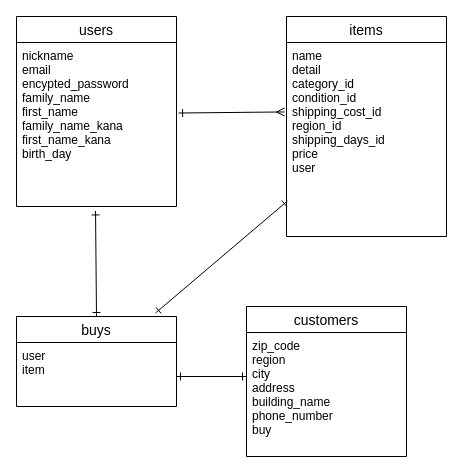
Before: app/views/test.dio in maron75/furima-37920, a draw.io diagram. Source tidied: cells renumbered, new cells numbered last; positions are measured from the earlier drawing's top-left corner, leaving out a move shared by most shapes. Both pictures are drawn from the tidied source at 100%, with x=0, y=0 at pixel (16, 16).
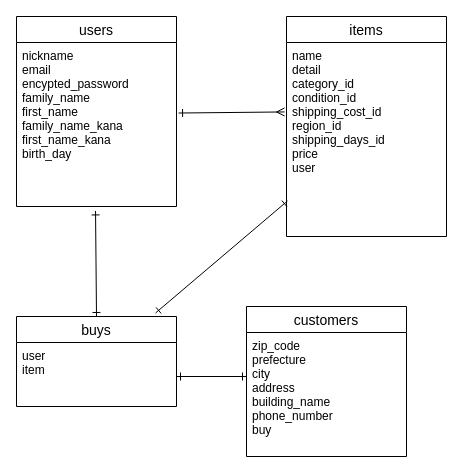
Above is the later version.

Change to the diagram source:
```diff
@@
 <mxGraphModel>
   <root>
     <mxCell id="0" />
     <mxCell id="1" parent="0" />
     <mxCell id="2" value="users" style="swimlane;fontStyle=0;horizontal=1;startSize=26;align=center;fontSize=14;" parent="1" vertex="1">
       <mxGeometry width="160" height="190" as="geometry" />
     </mxCell>
     <mxCell id="3" value="nickname&#10;email&#10;encypted_password&#10;family_name&#10;first_name&#10;family_name_kana&#10;first_name_kana&#10;birth_day&#10;" style="text;strokeColor=none;fillColor=none;spacingLeft=4;spacingRight=4;overflow=hidden;points=[[0,0.5],[1,0.5]];portConstraint=eastwest;fontSize=12;" parent="2" vertex="1">
       <mxGeometry y="26" width="160" height="164" as="geometry" />
     </mxCell>
     <mxCell id="4" value="items" style="swimlane;fontStyle=0;horizontal=1;startSize=26;align=center;fontSize=14;" parent="1" vertex="1">
       <mxGeometry x="270" width="160" height="220" as="geometry" />
     </mxCell>
     <mxCell id="5" value="name&#10;detail&#10;category_id&#10;condition_id&#10;shipping_cost_id&#10;region_id&#10;shipping_days_id&#10;price&#10;user&#10;" style="text;strokeColor=none;fillColor=none;spacingLeft=4;spacingRight=4;overflow=hidden;points=[[0,0.5],[1,0.5]];portConstraint=eastwest;fontSize=12;" parent="4" vertex="1">
       <mxGeometry y="26" width="160" height="194" as="geometry" />
     </mxCell>
     <mxCell id="6" value="buys" style="swimlane;fontStyle=0;horizontal=1;startSize=26;align=center;fontSize=14;" parent="1" vertex="1">
       <mxGeometry y="300" width="160" height="90" as="geometry" />
     </mxCell>
     <mxCell id="7" value="user&#10;item" style="text;strokeColor=none;fillColor=none;spacingLeft=4;spacingRight=4;overflow=hidden;fontSize=12;" parent="6" vertex="1">
       <mxGeometry y="26" width="160" height="64" as="geometry" />
     </mxCell>
     <mxCell id="8" style="endArrow=ERone;html=1;rounded=0;strokeColor=default;entryX=0.5;entryY=0;entryDx=0;entryDy=0;exitX=0.494;exitY=1.027;exitDx=0;exitDy=0;exitPerimeter=0;startArrow=ERone;startFill=0;endFill=0;" parent="1" edge="1" source="3" target="6">
       <mxGeometry relative="1" as="geometry" />
     </mxCell>
     <mxCell id="9" value="customers" style="swimlane;fontStyle=0;horizontal=1;startSize=26;align=center;fontSize=14;" parent="1" vertex="1">
       <mxGeometry x="230" y="290" width="160" height="150" as="geometry" />
     </mxCell>
-    <mxCell id="10" value="zip_code&#10;region&#10;city&#10;address&#10;building_name&#10;phone_number&#10;buy&#10;" style="text;strokeColor=none;fillColor=none;spacingLeft=4;spacingRight=4;overflow=hidden;fontSize=12;" parent="1" vertex="1">
+    <mxCell id="10" value="zip_code&#10;prefecture&#10;city&#10;address&#10;building_name&#10;phone_number&#10;buy&#10;" style="text;strokeColor=none;fillColor=none;spacingLeft=4;spacingRight=4;overflow=hidden;fontSize=12;" parent="1" vertex="1">
       <mxGeometry x="230" y="316" width="160" height="114" as="geometry" />
     </mxCell>
     <mxCell id="11" style="endArrow=ERone;html=1;rounded=0;endFill=0;startArrow=ERone;startFill=0;" parent="1" edge="1">
       <mxGeometry relative="1" as="geometry">
         <mxPoint x="160" y="360" as="sourcePoint" />
         <mxPoint x="230" y="360" as="targetPoint" />
       </mxGeometry>
     </mxCell>
     <mxCell id="12" style="endArrow=ERone;html=1;rounded=0;exitX=0.869;exitY=-0.039;exitDx=0;exitDy=0;exitPerimeter=0;entryX=0.006;entryY=0.817;entryDx=0;entryDy=0;entryPerimeter=0;endFill=0;startArrow=ERone;startFill=0;" parent="1" edge="1" source="6" target="5">
       <mxGeometry relative="1" as="geometry" />
     </mxCell>
     <mxCell id="13" style="endArrow=ERmany;html=1;rounded=0;exitX=1.013;exitY=0.43;exitDx=0;exitDy=0;exitPerimeter=0;entryX=-0.012;entryY=0.358;entryDx=0;entryDy=0;entryPerimeter=0;endFill=0;startArrow=ERone;startFill=0;" parent="1" edge="1" source="3" target="5">
       <mxGeometry relative="1" as="geometry" />
     </mxCell>
   </root>
 </mxGraphModel>
```
